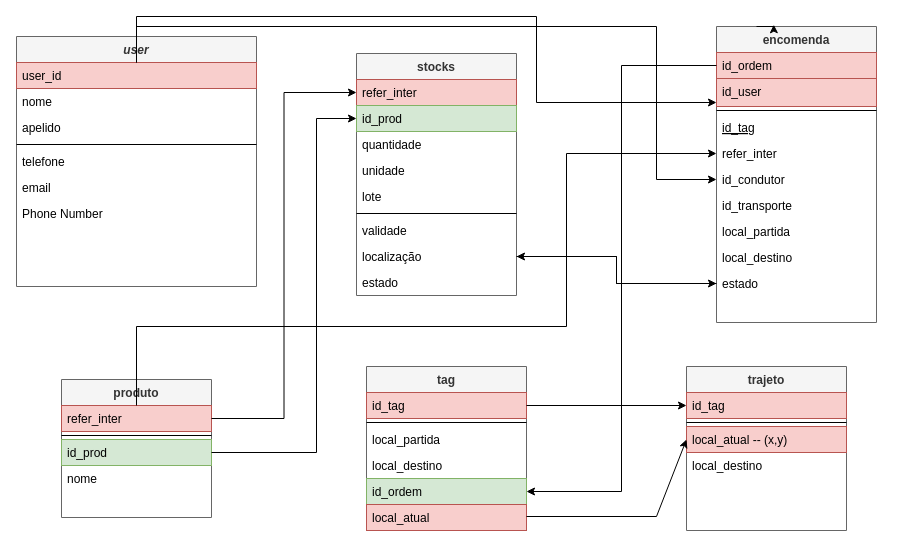
Above: Untitled Diagram.drawio in Jammer23rd/u_project (draw.io), before the change. Source tidied: cells renumbered, new cells numbered last; positions are measured from the earlier drawing's top-left corner, leaving out a move shared by most shapes. Both pictures are drawn from the tidied source at 100%, with x=0, y=0 at pixel (16, 16).
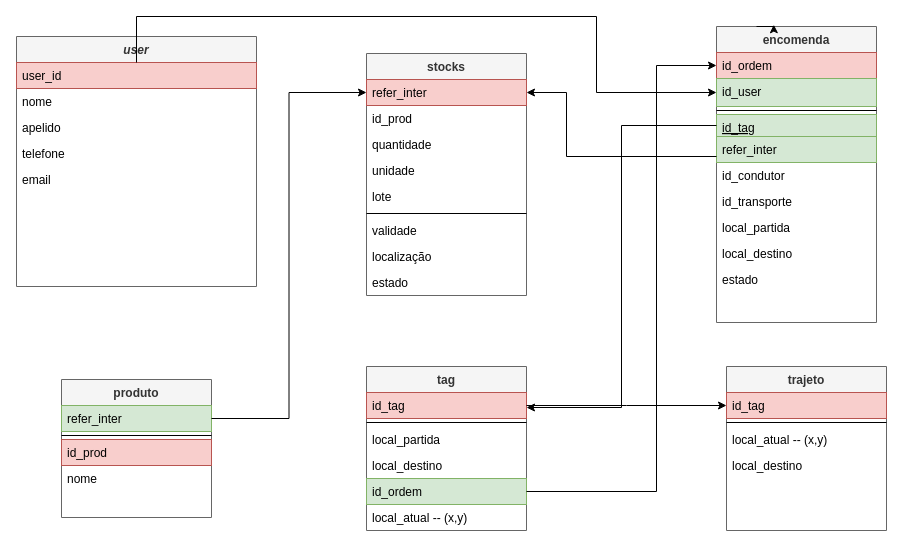
The same page after the edit.

Unchanged cells that the change refers to:
```xml
<mxCell id="2" value="user" style="swimlane;fontStyle=3;align=center;verticalAlign=top;horizontal=1;startSize=26;rounded=0;shadow=0;strokeWidth=1;fillColor=#f5f5f5;fontColor=#333333;strokeColor=#666666;" parent="1" vertex="1">
  <mxGeometry y="20" width="240" height="250" as="geometry" />
</mxCell>
<mxCell id="3" value="user_id" style="text;align=left;verticalAlign=top;spacingLeft=4;spacingRight=4;overflow=hidden;points=[[0,0.5],[1,0.5]];portConstraint=eastwest;fillColor=#f8cecc;strokeColor=#b85450;" parent="2" vertex="1">
  <mxGeometry y="26" width="240" height="26" as="geometry" />
</mxCell>
<mxCell id="10" value="encomenda" style="swimlane;fontStyle=1;align=center;verticalAlign=top;horizontal=1;startSize=26;rounded=0;shadow=0;strokeWidth=1;fillColor=#f5f5f5;fontColor=#333333;strokeColor=#666666;" parent="1" vertex="1">
  <mxGeometry x="700" y="10" width="160" height="296" as="geometry" />
</mxCell>
<mxCell id="11" value="id_ordem" style="text;align=left;verticalAlign=top;spacingLeft=4;spacingRight=4;overflow=hidden;points=[[0,0.5],[1,0.5]];portConstraint=eastwest;fillColor=#f8cecc;strokeColor=#b85450;" parent="10" vertex="1">
  <mxGeometry y="26" width="160" height="26" as="geometry" />
</mxCell>
<mxCell id="21" value="tag" style="swimlane;fontStyle=1;align=center;verticalAlign=top;horizontal=1;startSize=26;rounded=0;shadow=0;strokeWidth=1;fillColor=#f5f5f5;fontColor=#333333;strokeColor=#666666;" parent="1" vertex="1">
  <mxGeometry x="350" y="350" width="160" height="164" as="geometry" />
</mxCell>
<mxCell id="22" value="id_tag" style="text;align=left;verticalAlign=top;spacingLeft=4;spacingRight=4;overflow=hidden;points=[[0,0.5],[1,0.5]];portConstraint=eastwest;fillColor=#f8cecc;strokeColor=#b85450;" parent="21" vertex="1">
  <mxGeometry y="26" width="160" height="26" as="geometry" />
</mxCell>
<mxCell id="26" value="id_ordem" style="text;align=left;verticalAlign=top;spacingLeft=4;spacingRight=4;overflow=hidden;points=[[0,0.5],[1,0.5]];portConstraint=eastwest;fillColor=#d5e8d4;strokeColor=#82b366;" parent="21" vertex="1">
  <mxGeometry y="112" width="160" height="26" as="geometry" />
</mxCell>
<mxCell id="29" value="refer_inter" style="text;align=left;verticalAlign=top;spacingLeft=4;spacingRight=4;overflow=hidden;points=[[0,0.5],[1,0.5]];portConstraint=eastwest;fillColor=#f8cecc;strokeColor=#b85450;" parent="28" vertex="1">
  <mxGeometry y="26" width="160" height="26" as="geometry" />
</mxCell>
<mxCell id="36" value="localização" style="text;align=left;verticalAlign=top;spacingLeft=4;spacingRight=4;overflow=hidden;points=[[0,0.5],[1,0.5]];portConstraint=eastwest;" parent="28" vertex="1">
  <mxGeometry y="190" width="160" height="26" as="geometry" />
</mxCell>
<mxCell id="38" value="produto" style="swimlane;fontStyle=1;align=center;verticalAlign=top;horizontal=1;startSize=26;rounded=0;shadow=0;strokeWidth=1;fillColor=#f5f5f5;fontColor=#333333;strokeColor=#666666;" parent="1" vertex="1">
  <mxGeometry x="45" y="363" width="150" height="138" as="geometry" />
</mxCell>
<mxCell id="47" value="id_tag" style="text;align=left;verticalAlign=top;spacingLeft=4;spacingRight=4;overflow=hidden;points=[[0,0.5],[1,0.5]];portConstraint=eastwest;fillColor=#f8cecc;strokeColor=#b85450;" parent="46" vertex="1">
  <mxGeometry y="26" width="160" height="26" as="geometry" />
</mxCell>
```

The edit, as a diff of the source:
```diff
@@
-    <mxCell id="6" style="line;html=1;strokeWidth=1;align=left;verticalAlign=middle;spacingTop=-1;spacingLeft=3;spacingRight=3;labelPosition=right;" parent="2" vertex="1">
-      <mxGeometry y="104" width="240" height="8" as="geometry" />
-    </mxCell>
     <mxCell id="7" value="telefone" style="text;align=left;verticalAlign=top;spacingLeft=4;spacingRight=4;overflow=hidden;" parent="2" vertex="1">
-      <mxGeometry y="112" width="240" height="26" as="geometry" />
+      <mxGeometry y="104" width="240" height="26" as="geometry" />
     </mxCell>
     <mxCell id="8" value="email" style="text;align=left;verticalAlign=top;spacingLeft=4;spacingRight=4;overflow=hidden;rounded=0;shadow=0;html=0;" parent="2" vertex="1">
-      <mxGeometry y="138" width="240" height="26" as="geometry" />
+      <mxGeometry y="130" width="240" height="26" as="geometry" />
     </mxCell>
-    <mxCell id="9" value="Phone Number" style="text;align=left;verticalAlign=top;spacingLeft=4;spacingRight=4;overflow=hidden;rounded=0;shadow=0;html=0;" parent="2" vertex="1">
-      <mxGeometry y="164" width="240" height="26" as="geometry" />
-    </mxCell>
@@
-    <mxCell id="12" value="id_user" style="text;align=left;verticalAlign=top;spacingLeft=4;spacingRight=4;overflow=hidden;points=[[0,0.5],[1,0.5]];portConstraint=eastwest;rounded=0;shadow=0;html=0;fillColor=#f8cecc;strokeColor=#b85450;" parent="10" vertex="1">
+    <mxCell id="12" value="id_user" style="text;align=left;verticalAlign=top;spacingLeft=4;spacingRight=4;overflow=hidden;points=[[0,0.5],[1,0.5]];portConstraint=eastwest;rounded=0;shadow=0;html=0;fillColor=#d5e8d4;strokeColor=#82b366;" parent="10" vertex="1">
       <mxGeometry y="52" width="160" height="28" as="geometry" />
     </mxCell>
@@
-    <mxCell id="14" value="id_tag" style="text;align=left;verticalAlign=top;spacingLeft=4;spacingRight=4;overflow=hidden;points=[[0,0.5],[1,0.5]];portConstraint=eastwest;fontStyle=4;" parent="10" vertex="1">
-      <mxGeometry y="88" width="160" height="26" as="geometry" />
+    <mxCell id="14" value="id_tag" style="text;align=left;verticalAlign=top;spacingLeft=4;spacingRight=4;overflow=hidden;points=[[0,0.5],[1,0.5]];portConstraint=eastwest;fontStyle=4;fillColor=#d5e8d4;strokeColor=#82b366;" parent="10" vertex="1">
+      <mxGeometry y="88" width="160" height="22" as="geometry" />
     </mxCell>
-    <mxCell id="15" value="refer_inter" style="text;align=left;verticalAlign=top;spacingLeft=4;spacingRight=4;overflow=hidden;points=[[0,0.5],[1,0.5]];portConstraint=eastwest;" parent="10" vertex="1">
-      <mxGeometry y="114" width="160" height="26" as="geometry" />
+    <mxCell id="15" value="refer_inter" style="text;align=left;verticalAlign=top;spacingLeft=4;spacingRight=4;overflow=hidden;points=[[0,0.5],[1,0.5]];portConstraint=eastwest;fillColor=#d5e8d4;strokeColor=#82b366;" parent="10" vertex="1">
+      <mxGeometry y="110" width="160" height="26" as="geometry" />
     </mxCell>
     <mxCell id="16" value="id_condutor" style="text;align=left;verticalAlign=top;spacingLeft=4;spacingRight=4;overflow=hidden;points=[[0,0.5],[1,0.5]];portConstraint=eastwest;" parent="10" vertex="1">
-      <mxGeometry y="140" width="160" height="26" as="geometry" />
+      <mxGeometry y="136" width="160" height="26" as="geometry" />
     </mxCell>
     <mxCell id="17" value="id_transporte" style="text;align=left;verticalAlign=top;spacingLeft=4;spacingRight=4;overflow=hidden;" parent="10" vertex="1">
-      <mxGeometry y="166" width="160" height="26" as="geometry" />
+      <mxGeometry y="162" width="160" height="26" as="geometry" />
     </mxCell>
     <mxCell id="18" value="local_partida" style="text;align=left;verticalAlign=top;spacingLeft=4;spacingRight=4;overflow=hidden;" parent="10" vertex="1">
-      <mxGeometry y="192" width="160" height="26" as="geometry" />
+      <mxGeometry y="188" width="160" height="26" as="geometry" />
     </mxCell>
     <mxCell id="19" value="local_destino" style="text;align=left;verticalAlign=top;spacingLeft=4;spacingRight=4;overflow=hidden;" parent="10" vertex="1">
-      <mxGeometry y="218" width="160" height="26" as="geometry" />
+      <mxGeometry y="214" width="160" height="26" as="geometry" />
     </mxCell>
     <mxCell id="20" value="estado" style="text;align=left;verticalAlign=top;spacingLeft=4;spacingRight=4;overflow=hidden;points=[[0,0.5],[1,0.5]];portConstraint=eastwest;" parent="10" vertex="1">
-      <mxGeometry y="244" width="160" height="26" as="geometry" />
+      <mxGeometry y="240" width="160" height="26" as="geometry" />
     </mxCell>
@@
-    <mxCell id="27" value="local_atual" style="text;align=left;verticalAlign=top;spacingLeft=4;spacingRight=4;overflow=hidden;fillColor=#f8cecc;strokeColor=#b85450;" parent="21" vertex="1">
+    <mxCell id="27" value="local_atual -- (x,y)" style="text;align=left;verticalAlign=top;spacingLeft=4;spacingRight=4;overflow=hidden;" parent="21" vertex="1">
       <mxGeometry y="138" width="160" height="26" as="geometry" />
     </mxCell>
     <mxCell id="28" value="stocks" style="swimlane;fontStyle=1;align=center;verticalAlign=top;horizontal=1;startSize=26;rounded=0;shadow=0;strokeWidth=1;fillColor=#f5f5f5;fontColor=#333333;strokeColor=#666666;" parent="1" vertex="1">
-      <mxGeometry x="340" y="37" width="160" height="242" as="geometry" />
+      <mxGeometry x="350" y="37" width="160" height="242" as="geometry" />
     </mxCell>
@@
-    <mxCell id="30" value="id_prod" style="text;align=left;verticalAlign=top;spacingLeft=4;spacingRight=4;overflow=hidden;points=[[0,0.5],[1,0.5]];portConstraint=eastwest;rounded=0;shadow=0;html=0;fillColor=#d5e8d4;strokeColor=#82b366;" parent="28" vertex="1">
+    <mxCell id="30" value="id_prod" style="text;align=left;verticalAlign=top;spacingLeft=4;spacingRight=4;overflow=hidden;points=[[0,0.5],[1,0.5]];portConstraint=eastwest;rounded=0;shadow=0;html=0;" parent="28" vertex="1">
       <mxGeometry y="52" width="160" height="26" as="geometry" />
     </mxCell>
@@
-    <mxCell id="39" value="refer_inter" style="text;align=left;verticalAlign=top;spacingLeft=4;spacingRight=4;overflow=hidden;points=[[0,0.5],[1,0.5]];portConstraint=eastwest;fillColor=#f8cecc;strokeColor=#b85450;" parent="38" vertex="1">
+    <mxCell id="39" value="refer_inter" style="text;align=left;verticalAlign=top;spacingLeft=4;spacingRight=4;overflow=hidden;points=[[0,0.5],[1,0.5]];portConstraint=eastwest;fillColor=#d5e8d4;strokeColor=#82b366;" parent="38" vertex="1">
       <mxGeometry y="26" width="150" height="26" as="geometry" />
     </mxCell>
@@
-    <mxCell id="41" value="id_prod" style="text;align=left;verticalAlign=top;spacingLeft=4;spacingRight=4;overflow=hidden;points=[[0,0.5],[1,0.5]];portConstraint=eastwest;fillColor=#d5e8d4;strokeColor=#82b366;" parent="38" vertex="1">
+    <mxCell id="41" value="id_prod" style="text;align=left;verticalAlign=top;spacingLeft=4;spacingRight=4;overflow=hidden;points=[[0,0.5],[1,0.5]];portConstraint=eastwest;fillColor=#f8cecc;strokeColor=#b85450;" parent="38" vertex="1">
       <mxGeometry y="60" width="150" height="26" as="geometry" />
     </mxCell>
@@
-    <mxCell id="43" style="edgeStyle=orthogonalEdgeStyle;rounded=0;jettySize=auto;html=1;" parent="1" edge="1" source="11" target="26">
-      <mxGeometry relative="1" as="geometry" />
-    </mxCell>
@@
-    <mxCell id="45" style="edgeStyle=orthogonalEdgeStyle;rounded=0;jettySize=auto;html=1;" parent="1" edge="1" source="3" target="12">
-      <mxGeometry relative="1" as="geometry">
-        <Array as="points">
-          <mxPoint x="120" />
-          <mxPoint x="520" />
-          <mxPoint x="520" y="86" />
-        </Array>
-      </mxGeometry>
-    </mxCell>
     <mxCell id="46" value="trajeto" style="swimlane;fontStyle=1;align=center;verticalAlign=top;horizontal=1;startSize=26;rounded=0;shadow=0;strokeWidth=1;fillColor=#f5f5f5;fontColor=#333333;strokeColor=#666666;" parent="1" vertex="1">
-      <mxGeometry x="670" y="350" width="160" height="164" as="geometry" />
+      <mxGeometry x="710" y="350" width="160" height="164" as="geometry" />
     </mxCell>
@@
-    <mxCell id="49" value="local_atual -- (x,y)" style="text;align=left;verticalAlign=top;spacingLeft=4;spacingRight=4;overflow=hidden;points=[[0,0.5],[1,0.5]];portConstraint=eastwest;fillColor=#f8cecc;strokeColor=#b85450;" parent="46" vertex="1">
+    <mxCell id="49" value="local_atual -- (x,y)" style="text;align=left;verticalAlign=top;spacingLeft=4;spacingRight=4;overflow=hidden;points=[[0,0.5],[1,0.5]];portConstraint=eastwest;" parent="46" vertex="1">
       <mxGeometry y="60" width="160" height="26" as="geometry" />
     </mxCell>
@@
-    <mxCell id="51" style="edgeStyle=orthogonalEdgeStyle;rounded=0;jettySize=auto;html=1;" parent="1" edge="1" source="3" target="16">
-      <mxGeometry relative="1" as="geometry">
-        <Array as="points">
-          <mxPoint x="120" y="10" />
-          <mxPoint x="640" y="10" />
-          <mxPoint x="640" y="163" />
-        </Array>
-      </mxGeometry>
-    </mxCell>
-    <mxCell id="52" style="edgeStyle=orthogonalEdgeStyle;rounded=0;jettySize=auto;html=1;entryX=0;entryY=0.5;entryDx=0;entryDy=0;" parent="1" edge="1" source="36" target="20">
-      <mxGeometry relative="1" as="geometry" />
-    </mxCell>
-    <mxCell id="53" style="edgeStyle=orthogonalEdgeStyle;rounded=0;jettySize=auto;html=1;entryX=0;entryY=0.5;entryDx=0;entryDy=0;" parent="1" edge="1" source="39" target="15">
-      <mxGeometry relative="1" as="geometry">
-        <Array as="points">
-          <mxPoint x="120" y="310" />
-          <mxPoint x="550" y="310" />
-          <mxPoint x="550" y="137" />
-        </Array>
-      </mxGeometry>
-    </mxCell>
+    <mxCell id="56" style="edgeStyle=orthogonalEdgeStyle;rounded=0;jettySize=auto;html=1;" parent="1" edge="1" source="22" target="47">
+      <mxGeometry relative="1" as="geometry">
+        <Array as="points">
+          <mxPoint x="610" y="389" />
+          <mxPoint x="610" y="389" />
+        </Array>
+      </mxGeometry>
+    </mxCell>
+    <mxCell id="45" style="edgeStyle=orthogonalEdgeStyle;rounded=0;jettySize=auto;html=1;" parent="1" edge="1" source="3" target="12">
+      <mxGeometry relative="1" as="geometry">
+        <Array as="points">
+          <mxPoint x="120" />
+          <mxPoint x="580" />
+          <mxPoint x="580" y="76" />
+        </Array>
+      </mxGeometry>
+    </mxCell>
+    <mxCell id="59" style="edgeStyle=orthogonalEdgeStyle;rounded=0;jettySize=auto;html=1;entryX=1;entryY=0.25;entryDx=0;entryDy=0;" parent="1" edge="1" source="14" target="21">
+      <mxGeometry relative="1" as="geometry" />
+    </mxCell>
-    <mxCell id="54" style="edgeStyle=orthogonalEdgeStyle;rounded=0;jettySize=auto;html=1;entryX=0;entryY=0.5;entryDx=0;entryDy=0;" parent="1" edge="1" source="39" target="29">
+    <mxCell id="54" style="edgeStyle=orthogonalEdgeStyle;rounded=0;jettySize=auto;html=1;" parent="1" edge="1" source="39" target="29">
       <mxGeometry relative="1" as="geometry" />
     </mxCell>
-    <mxCell id="55" style="edgeStyle=orthogonalEdgeStyle;rounded=0;jettySize=auto;html=1;entryX=0;entryY=0.5;entryDx=0;entryDy=0;" parent="1" edge="1" source="41" target="30">
-      <mxGeometry relative="1" as="geometry">
-        <Array as="points">
-          <mxPoint x="300" y="436" />
-          <mxPoint x="300" y="102" />
-        </Array>
-      </mxGeometry>
-    </mxCell>
-    <mxCell id="56" style="edgeStyle=orthogonalEdgeStyle;rounded=0;jettySize=auto;html=1;" parent="1" edge="1" source="22" target="47">
-      <mxGeometry relative="1" as="geometry" />
-    </mxCell>
-    <mxCell id="57" style="edgeStyle=orthogonalEdgeStyle;rounded=0;jettySize=auto;html=1;" parent="1" edge="1" source="20" target="36">
-      <mxGeometry relative="1" as="geometry" />
-    </mxCell>
-    <mxCell id="58" style="endArrow=classic;html=1;rounded=0;entryX=0;entryY=0.5;entryDx=0;entryDy=0;" parent="1" edge="1" target="49">
-      <mxGeometry relative="1" as="geometry">
-        <mxPoint x="510" y="500" as="sourcePoint" />
-        <Array as="points">
-          <mxPoint x="640" y="500" />
-        </Array>
-      </mxGeometry>
-    </mxCell>
+    <mxCell id="60" style="edgeStyle=orthogonalEdgeStyle;rounded=0;jettySize=auto;html=1;entryX=1;entryY=0.5;entryDx=0;entryDy=0;" parent="1" edge="1" source="15" target="29">
+      <mxGeometry relative="1" as="geometry">
+        <Array as="points">
+          <mxPoint x="550" y="140" />
+          <mxPoint x="550" y="76" />
+        </Array>
+      </mxGeometry>
+    </mxCell>
+    <mxCell id="61" style="edgeStyle=orthogonalEdgeStyle;rounded=0;jettySize=auto;html=1;entryX=0;entryY=0.5;entryDx=0;entryDy=0;" parent="1" edge="1" source="26" target="11">
+      <mxGeometry relative="1" as="geometry">
+        <Array as="points">
+          <mxPoint x="640" y="475" />
+          <mxPoint x="640" y="49" />
+        </Array>
+      </mxGeometry>
+    </mxCell>
```
